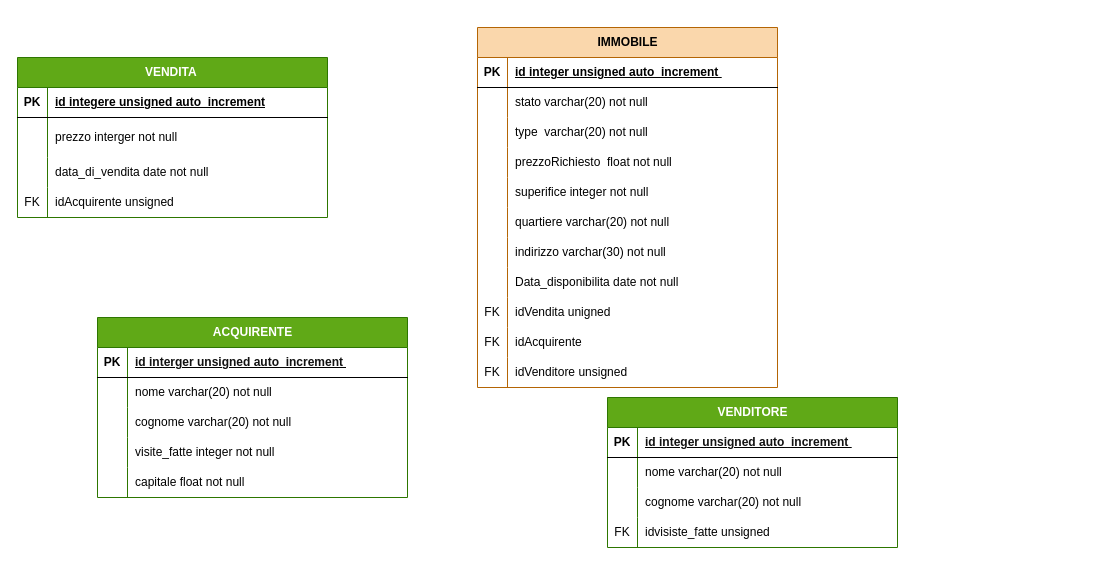
Before: informatica_form_trash_to_pro/csAgenziaImmo/docs/csAgenziaImmo.drawio in Lanfr4/Galileo_Galilei, a draw.io diagram. Source tidied: cells renumbered, new cells numbered last; positions are measured from the earlier drawing's top-left corner, leaving out a move shared by most shapes. Both pictures are drawn from the tidied source at 100%, with x=0, y=0 at pixel (17, 27).
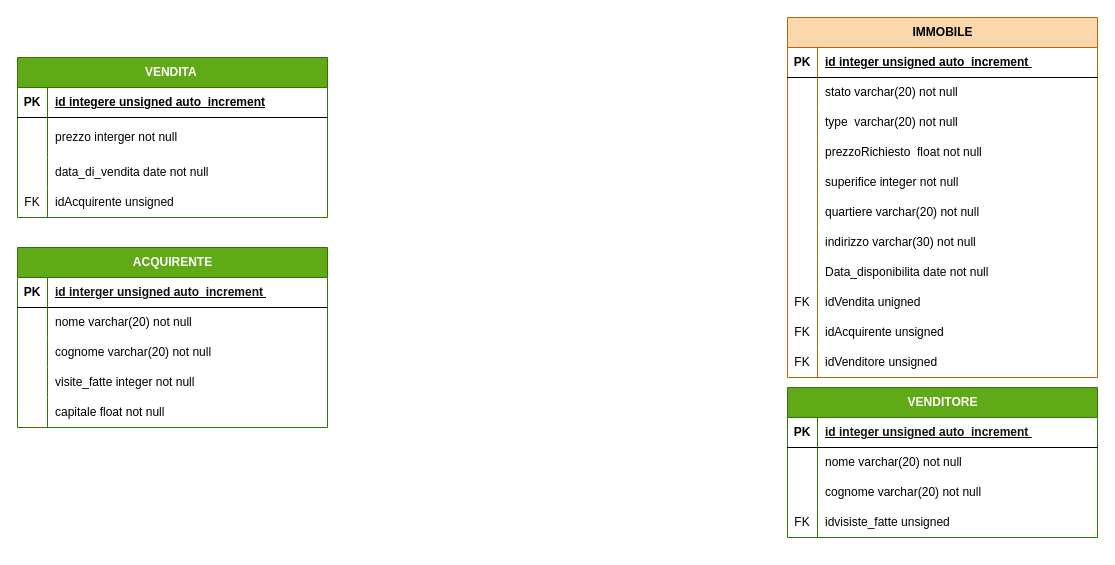
After the change.

The edit, as a diff of the source:
```diff
@@
     <mxCell id="2" value="ACQUIRENTE" style="shape=table;startSize=30;childLayout=tableLayout;rowLines=0;fontStyle=1;align=center;html=1;fillColor=#60a917;fontColor=#ffffff;strokeColor=#2D7600;" parent="1" vertex="1">
-      <mxGeometry x="80" y="290" width="310" height="180" as="geometry" />
+      <mxGeometry y="220" width="310" height="180" as="geometry" />
     </mxCell>
@@
     <mxCell id="18" value="IMMOBILE" style="shape=table;startSize=30;childLayout=tableLayout;rowLines=0;fontStyle=1;align=center;html=1;fillColor=light-dark(#FAD7AC,#FFB366);strokeColor=#b46504;" parent="1" vertex="1">
-      <mxGeometry x="460" width="300" height="360" as="geometry" />
+      <mxGeometry x="770" y="-10" width="310" height="360" as="geometry" />
     </mxCell>
     <mxCell id="19" style="shape=tableRow;horizontal=0;startSize=0;swimlaneHead=0;swimlaneBody=0;fillColor=none;top=0;left=0;right=0;bottom=1;" parent="18" vertex="1">
-      <mxGeometry y="30" width="300" height="30" as="geometry" />
+      <mxGeometry y="30" width="310" height="30" as="geometry" />
     </mxCell>
@@
     <mxCell id="21" value="id integer unsigned auto_increment&amp;nbsp;" style="shape=partialRectangle;fillColor=none;top=0;left=0;bottom=0;right=0;align=left;spacingLeft=6;fontStyle=5;overflow=hidden;whiteSpace=wrap;html=1;" parent="19" vertex="1">
-      <mxGeometry x="30" width="270" height="30" as="geometry" />
+      <mxGeometry x="30" width="280" height="30" as="geometry" />
     </mxCell>
     <mxCell id="22" style="shape=tableRow;horizontal=0;startSize=0;swimlaneHead=0;swimlaneBody=0;fillColor=none;top=0;left=0;right=0;bottom=0;" parent="18" vertex="1">
-      <mxGeometry y="60" width="300" height="30" as="geometry" />
+      <mxGeometry y="60" width="310" height="30" as="geometry" />
     </mxCell>
@@
     <mxCell id="24" value="stato varchar(20) not null" style="shape=partialRectangle;fillColor=none;top=0;left=0;bottom=0;right=0;align=left;spacingLeft=6;overflow=hidden;whiteSpace=wrap;html=1;" parent="22" vertex="1">
-      <mxGeometry x="30" width="270" height="30" as="geometry" />
+      <mxGeometry x="30" width="280" height="30" as="geometry" />
     </mxCell>
     <mxCell id="25" style="shape=tableRow;horizontal=0;startSize=0;swimlaneHead=0;swimlaneBody=0;fillColor=none;top=0;left=0;right=0;bottom=0;" parent="18" vertex="1">
-      <mxGeometry y="90" width="300" height="30" as="geometry" />
+      <mxGeometry y="90" width="310" height="30" as="geometry" />
     </mxCell>
@@
     <mxCell id="27" value="type&amp;nbsp; varchar(20) not null" style="shape=partialRectangle;fillColor=none;top=0;left=0;bottom=0;right=0;align=left;spacingLeft=6;overflow=hidden;whiteSpace=wrap;html=1;" parent="25" vertex="1">
-      <mxGeometry x="30" width="270" height="30" as="geometry" />
+      <mxGeometry x="30" width="280" height="30" as="geometry" />
     </mxCell>
     <mxCell id="28" style="shape=tableRow;horizontal=0;startSize=0;swimlaneHead=0;swimlaneBody=0;fillColor=none;top=0;left=0;right=0;bottom=0;" parent="18" vertex="1">
-      <mxGeometry y="120" width="300" height="30" as="geometry" />
+      <mxGeometry y="120" width="310" height="30" as="geometry" />
     </mxCell>
@@
     <mxCell id="30" value="prezzoRichiesto&amp;nbsp; float not null" style="shape=partialRectangle;fillColor=none;top=0;left=0;bottom=0;right=0;align=left;spacingLeft=6;overflow=hidden;whiteSpace=wrap;html=1;" parent="28" vertex="1">
-      <mxGeometry x="30" width="270" height="30" as="geometry" />
+      <mxGeometry x="30" width="280" height="30" as="geometry" />
     </mxCell>
     <mxCell id="31" style="shape=tableRow;horizontal=0;startSize=0;swimlaneHead=0;swimlaneBody=0;fillColor=none;top=0;left=0;right=0;bottom=0;" parent="18" vertex="1">
-      <mxGeometry y="150" width="300" height="30" as="geometry" />
+      <mxGeometry y="150" width="310" height="30" as="geometry" />
     </mxCell>
@@
     <mxCell id="33" value="superifice integer not null" style="shape=partialRectangle;fillColor=none;top=0;left=0;bottom=0;right=0;align=left;spacingLeft=6;overflow=hidden;whiteSpace=wrap;html=1;" parent="31" vertex="1">
-      <mxGeometry x="30" width="270" height="30" as="geometry" />
+      <mxGeometry x="30" width="280" height="30" as="geometry" />
     </mxCell>
     <mxCell id="34" style="shape=tableRow;horizontal=0;startSize=0;swimlaneHead=0;swimlaneBody=0;fillColor=none;top=0;left=0;right=0;bottom=0;" parent="18" vertex="1">
-      <mxGeometry y="180" width="300" height="30" as="geometry" />
+      <mxGeometry y="180" width="310" height="30" as="geometry" />
     </mxCell>
@@
     <mxCell id="36" value="quartiere varchar(20) not null&amp;nbsp;" style="shape=partialRectangle;fillColor=none;top=0;left=0;bottom=0;right=0;align=left;spacingLeft=6;overflow=hidden;whiteSpace=wrap;html=1;" parent="34" vertex="1">
-      <mxGeometry x="30" width="270" height="30" as="geometry" />
+      <mxGeometry x="30" width="280" height="30" as="geometry" />
     </mxCell>
     <mxCell id="37" style="shape=tableRow;horizontal=0;startSize=0;swimlaneHead=0;swimlaneBody=0;fillColor=none;top=0;left=0;right=0;bottom=0;" parent="18" vertex="1">
-      <mxGeometry y="210" width="300" height="30" as="geometry" />
+      <mxGeometry y="210" width="310" height="30" as="geometry" />
     </mxCell>
@@
     <mxCell id="39" value="indirizzo varchar(30) not null" style="shape=partialRectangle;fillColor=none;top=0;left=0;bottom=0;right=0;align=left;spacingLeft=6;overflow=hidden;whiteSpace=wrap;html=1;" parent="37" vertex="1">
-      <mxGeometry x="30" width="270" height="30" as="geometry" />
+      <mxGeometry x="30" width="280" height="30" as="geometry" />
     </mxCell>
     <mxCell id="40" style="shape=tableRow;horizontal=0;startSize=0;swimlaneHead=0;swimlaneBody=0;fillColor=none;top=0;left=0;right=0;bottom=0;" parent="18" vertex="1">
-      <mxGeometry y="240" width="300" height="30" as="geometry" />
+      <mxGeometry y="240" width="310" height="30" as="geometry" />
     </mxCell>
@@
     <mxCell id="42" value="Data_disponibilita date not null&amp;nbsp;" style="shape=partialRectangle;fillColor=none;top=0;left=0;bottom=0;right=0;align=left;spacingLeft=6;overflow=hidden;whiteSpace=wrap;html=1;" parent="40" vertex="1">
-      <mxGeometry x="30" width="270" height="30" as="geometry" />
+      <mxGeometry x="30" width="280" height="30" as="geometry" />
     </mxCell>
     <mxCell id="43" style="shape=tableRow;horizontal=0;startSize=0;swimlaneHead=0;swimlaneBody=0;fillColor=none;top=0;left=0;right=0;bottom=0;" parent="18" vertex="1">
-      <mxGeometry y="270" width="300" height="30" as="geometry" />
+      <mxGeometry y="270" width="310" height="30" as="geometry" />
     </mxCell>
@@
     <mxCell id="45" value="idVendita unigned" style="shape=partialRectangle;fillColor=none;top=0;left=0;bottom=0;right=0;align=left;spacingLeft=6;overflow=hidden;whiteSpace=wrap;html=1;" parent="43" vertex="1">
-      <mxGeometry x="30" width="270" height="30" as="geometry" />
+      <mxGeometry x="30" width="280" height="30" as="geometry" />
     </mxCell>
     <mxCell id="46" style="shape=tableRow;horizontal=0;startSize=0;swimlaneHead=0;swimlaneBody=0;fillColor=none;top=0;left=0;right=0;bottom=0;" parent="18" vertex="1">
-      <mxGeometry y="300" width="300" height="30" as="geometry" />
+      <mxGeometry y="300" width="310" height="30" as="geometry" />
     </mxCell>
@@
-    <mxCell id="48" value="idAcquirente" style="shape=partialRectangle;fillColor=none;top=0;left=0;bottom=0;right=0;align=left;spacingLeft=6;overflow=hidden;whiteSpace=wrap;html=1;" parent="46" vertex="1">
-      <mxGeometry x="30" width="270" height="30" as="geometry" />
+    <mxCell id="48" value="idAcquirente unsigned" style="shape=partialRectangle;fillColor=none;top=0;left=0;bottom=0;right=0;align=left;spacingLeft=6;overflow=hidden;whiteSpace=wrap;html=1;" parent="46" vertex="1">
+      <mxGeometry x="30" width="280" height="30" as="geometry" />
     </mxCell>
     <mxCell id="49" style="shape=tableRow;horizontal=0;startSize=0;swimlaneHead=0;swimlaneBody=0;fillColor=none;top=0;left=0;right=0;bottom=0;" parent="18" vertex="1">
-      <mxGeometry y="330" width="300" height="30" as="geometry" />
+      <mxGeometry y="330" width="310" height="30" as="geometry" />
     </mxCell>
@@
     <mxCell id="51" value="idVenditore unsigned" style="shape=partialRectangle;fillColor=none;top=0;left=0;bottom=0;right=0;align=left;spacingLeft=6;overflow=hidden;whiteSpace=wrap;html=1;" parent="49" vertex="1">
-      <mxGeometry x="30" width="270" height="30" as="geometry" />
+      <mxGeometry x="30" width="280" height="30" as="geometry" />
     </mxCell>
@@
     <mxCell id="65" value="VENDITORE" style="shape=table;startSize=30;childLayout=tableLayout;rowLines=0;fontStyle=1;align=center;html=1;fillColor=#60a917;fontColor=#ffffff;strokeColor=#2D7600;" parent="1" vertex="1">
-      <mxGeometry x="590" y="370" width="290" height="150" as="geometry" />
+      <mxGeometry x="770" y="360" width="310" height="150" as="geometry" />
     </mxCell>
     <mxCell id="66" style="shape=tableRow;horizontal=0;startSize=0;swimlaneHead=0;swimlaneBody=0;fillColor=none;top=0;left=0;right=0;bottom=1;" parent="65" vertex="1">
-      <mxGeometry y="30" width="290" height="30" as="geometry" />
+      <mxGeometry y="30" width="310" height="30" as="geometry" />
     </mxCell>
@@
     <mxCell id="68" value="&lt;font color=&quot;#121212&quot;&gt;id integer unsigned auto_increment&amp;nbsp;&lt;/font&gt;" style="shape=partialRectangle;fillColor=none;top=0;left=0;bottom=0;right=0;align=left;spacingLeft=6;fontStyle=5;overflow=hidden;whiteSpace=wrap;html=1;" parent="66" vertex="1">
-      <mxGeometry x="30" width="260" height="30" as="geometry" />
+      <mxGeometry x="30" width="280" height="30" as="geometry" />
     </mxCell>
     <mxCell id="69" style="shape=tableRow;horizontal=0;startSize=0;swimlaneHead=0;swimlaneBody=0;fillColor=none;top=0;left=0;right=0;bottom=0;" parent="65" vertex="1">
-      <mxGeometry y="60" width="290" height="30" as="geometry" />
+      <mxGeometry y="60" width="310" height="30" as="geometry" />
     </mxCell>
@@
     <mxCell id="71" value="nome varchar(20) not null" style="shape=partialRectangle;fillColor=none;top=0;left=0;bottom=0;right=0;align=left;spacingLeft=6;overflow=hidden;whiteSpace=wrap;html=1;" parent="69" vertex="1">
-      <mxGeometry x="30" width="260" height="30" as="geometry" />
+      <mxGeometry x="30" width="280" height="30" as="geometry" />
     </mxCell>
     <mxCell id="72" style="shape=tableRow;horizontal=0;startSize=0;swimlaneHead=0;swimlaneBody=0;fillColor=none;top=0;left=0;right=0;bottom=0;" parent="65" vertex="1">
-      <mxGeometry y="90" width="290" height="30" as="geometry" />
+      <mxGeometry y="90" width="310" height="30" as="geometry" />
     </mxCell>
@@
     <mxCell id="74" value="cognome varchar(20) not null&amp;nbsp;" style="shape=partialRectangle;fillColor=none;top=0;left=0;bottom=0;right=0;align=left;spacingLeft=6;overflow=hidden;whiteSpace=wrap;html=1;" parent="72" vertex="1">
-      <mxGeometry x="30" width="260" height="30" as="geometry" />
+      <mxGeometry x="30" width="280" height="30" as="geometry" />
     </mxCell>
     <mxCell id="75" style="shape=tableRow;horizontal=0;startSize=0;swimlaneHead=0;swimlaneBody=0;fillColor=none;top=0;left=0;right=0;bottom=0;" parent="65" vertex="1">
-      <mxGeometry y="120" width="290" height="30" as="geometry" />
+      <mxGeometry y="120" width="310" height="30" as="geometry" />
     </mxCell>
@@
     <mxCell id="77" value="idvisiste_fatte unsigned" style="shape=partialRectangle;fillColor=none;top=0;left=0;bottom=0;right=0;align=left;spacingLeft=6;overflow=hidden;whiteSpace=wrap;html=1;" parent="75" vertex="1">
-      <mxGeometry x="30" width="260" height="30" as="geometry" />
+      <mxGeometry x="30" width="280" height="30" as="geometry" />
     </mxCell>
```
